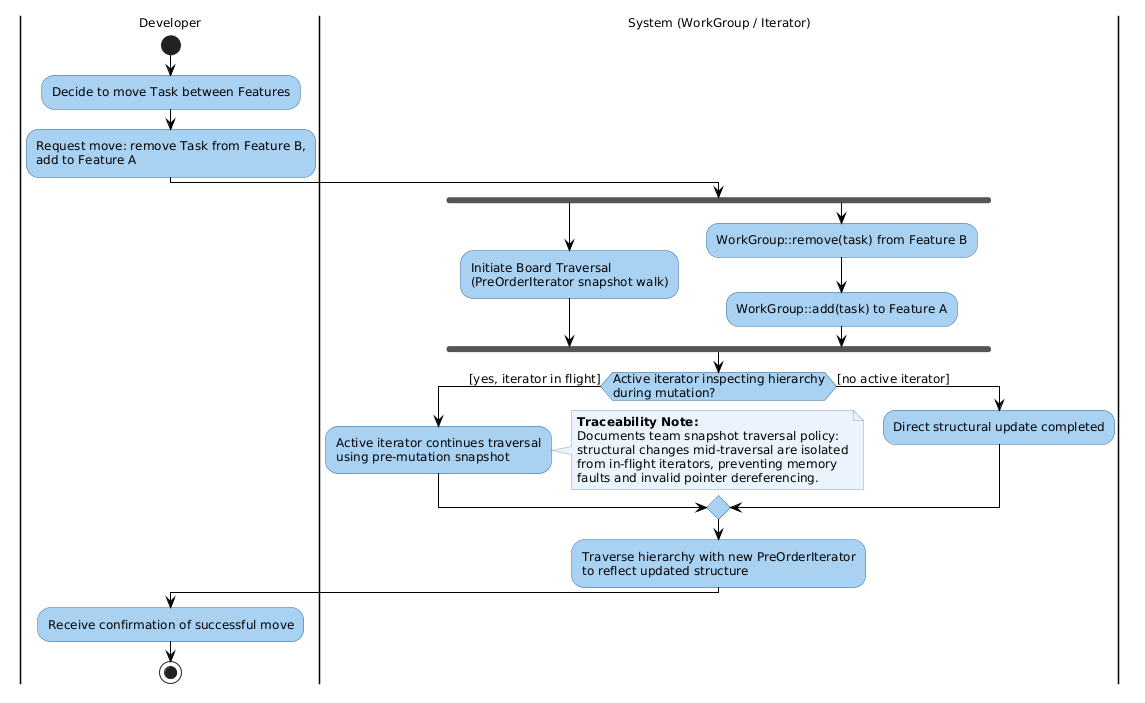
chelsyhwata-dev/cos-214-practical4 keeps this PlantUML diagram as docs/diagram2.png. Above is the earlier version.
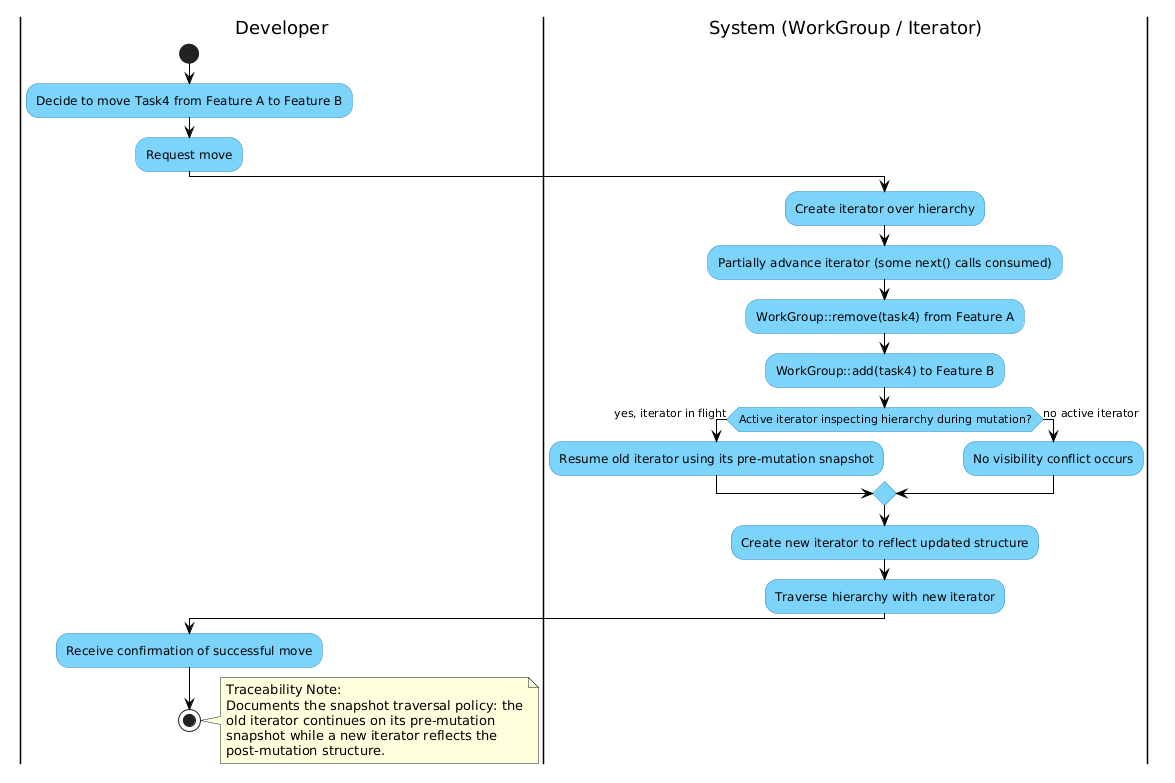
Above is the later version.

Diff of the diagram source:
```diff
@@ -1,59 +1,44 @@
 @startuml
 skinparam backgroundColor white
-skinparam shadowing false
-skinparam defaultFontName Arial
-skinparam defaultFontSize 12
-
+skinparam linetype ortho
 skinparam activity {
-  BackgroundColor #A9D2F2
-  BorderColor #2D6898
+  BackgroundColor #7CD4FB
+  BorderColor #2E86C1
   FontColor black
-}
-
-skinparam note {
-  BackgroundColor #EBF4FC
-  BorderColor #8CA4BA
-  FontColor black
-}
-
-skinparam arrow {
-  Color black
-}
-
-skinparam activityDiamond {
-  BackgroundColor #A9D2F2
-  BorderColor #2D6898
+  ArrowColor black
+  DiamondBackgroundColor #7CD4FB
+  DiamondBorderColor #2E86C1
 }
 
 |Developer|
 start
-:Decide to move Task between Features;
-:Request move: remove Task from Feature B,\nadd to Feature A;
+:Decide to move Task4 from Feature A to Feature B;
+:Request move;
 
 |System (WorkGroup / Iterator)|
-fork
-  :Initiate Board Traversal\n(PreOrderIterator snapshot walk);
-fork again
-  :WorkGroup::remove(task) from Feature B;
-  :WorkGroup::add(task) to Feature A;
-end fork
+:Create iterator over hierarchy;
+:Partially advance iterator (some next() calls consumed);
+:WorkGroup::remove(task4) from Feature A;
+:WorkGroup::add(task4) to Feature B;
 
-if (Active iterator inspecting hierarchy\nduring mutation?) then ([yes, iterator in flight])
-  :Active iterator continues traversal\nusing pre-mutation snapshot;
-  note right
-    **Traceability Note:**
-    Documents team snapshot traversal policy:
-    structural changes mid-traversal are isolated
-    from in-flight iterators, preventing memory
-    faults and invalid pointer dereferencing.
-  end note
-else ([no active iterator])
-  :Direct structural update completed;
+if (Active iterator inspecting hierarchy during mutation?) then (yes, iterator in flight)
+  :Resume old iterator using its pre-mutation snapshot;
+else (no active iterator)
+  :No visibility conflict occurs;
 endif
 
-:Traverse hierarchy with new PreOrderIterator\nto reflect updated structure;
+:Create new iterator to reflect updated structure;
+:Traverse hierarchy with new iterator;
 
 |Developer|
 :Receive confirmation of successful move;
 stop
+
+note right
+  Traceability Note:
+  Documents the snapshot traversal policy: the
+  old iterator continues on its pre-mutation
+  snapshot while a new iterator reflects the
+  post-mutation structure.
+end note
 @enduml
```
